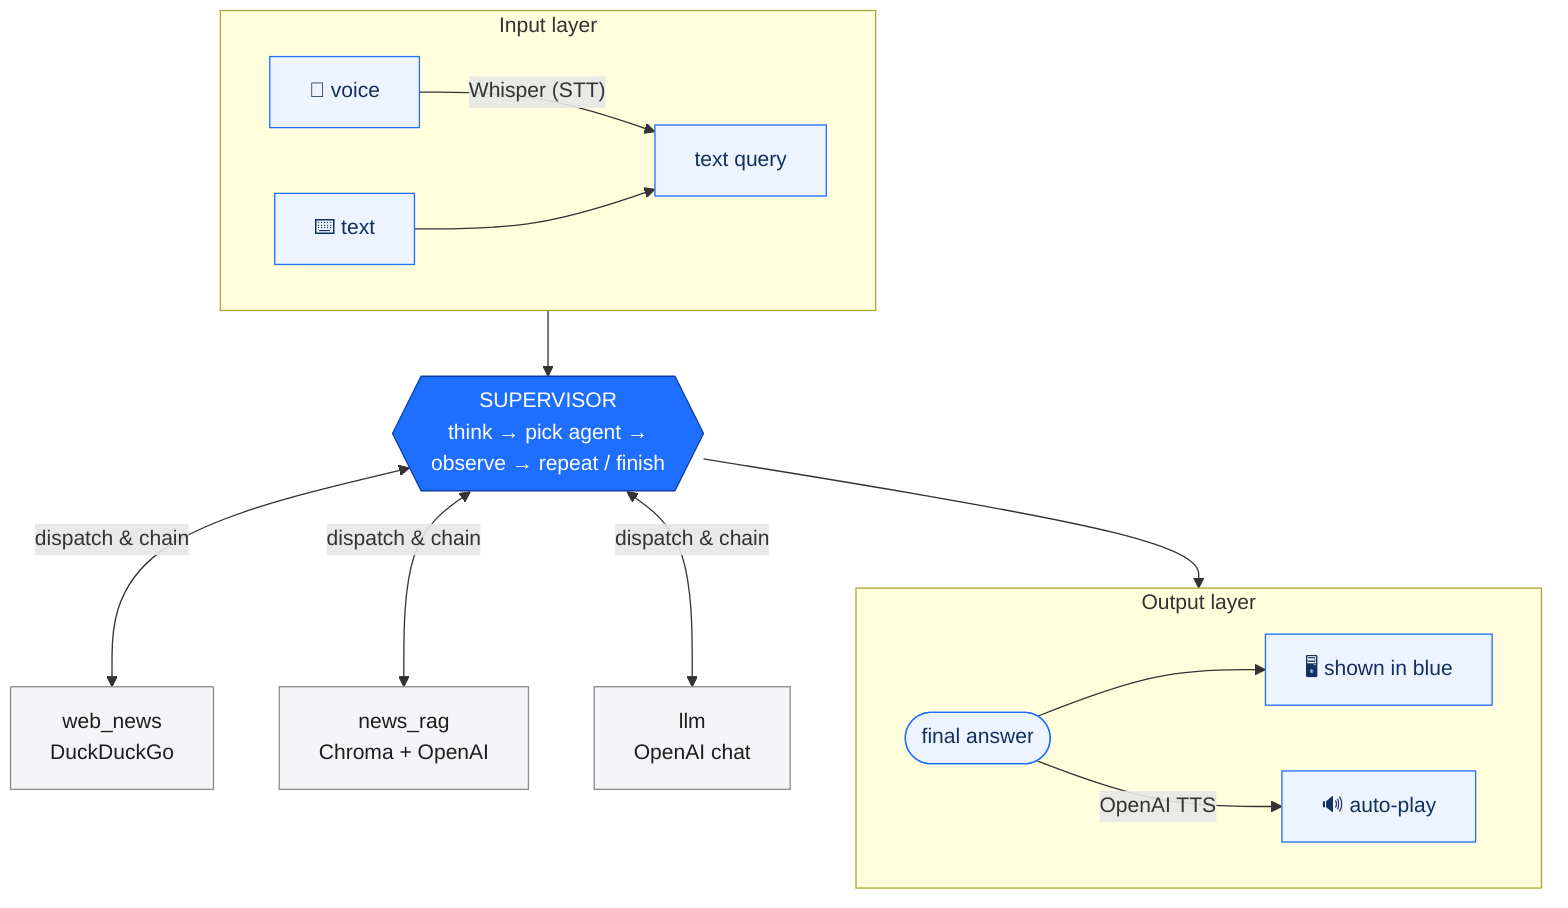
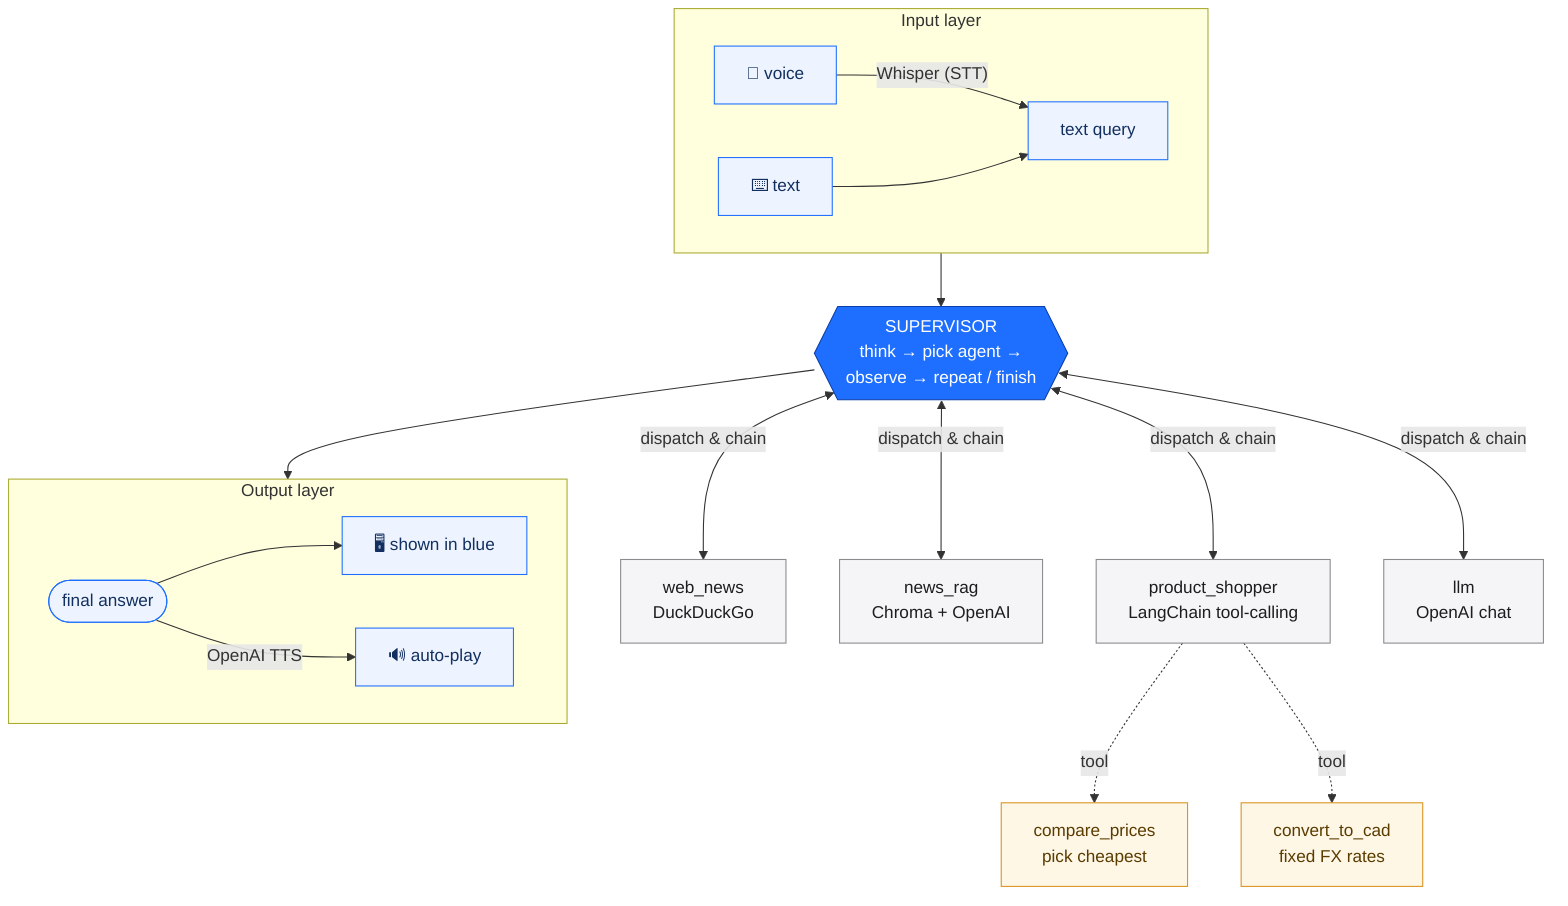
flowchart TD
    subgraph IN["Input layer"]
        direction LR
        mic["🎤 voice"] -->|"Whisper (STT)"| query["text query"]
        kbd["⌨️ text"] --> query
    end

    query --> sup{{"SUPERVISOR<br/>think → pick agent →<br/>observe → repeat / finish"}}

    sup <-->|"dispatch &amp; chain"| web["web_news<br/>DuckDuckGo"]
    sup <-->|"dispatch &amp; chain"| rag["news_rag<br/>Chroma + OpenAI"]
+     sup <-->|"dispatch &amp; chain"| shop["product_shopper<br/>LangChain tool-calling"]
    sup <-->|"dispatch &amp; chain"| llm["llm<br/>OpenAI chat"]
+ 
+     shop -.->|tool| cmp["compare_prices<br/>pick cheapest"]
+     shop -.->|tool| cad["convert_to_cad<br/>fixed FX rates"]

    sup --> answer(["final answer"])

    subgraph OUT["Output layer"]
        direction LR
        answer --> blue["🖥️ shown in blue"]
        answer -->|"OpenAI TTS"| play["🔊 auto-play"]
    end

    classDef io fill:#eef4ff,stroke:#1e6fff,color:#12305f;
    classDef core fill:#1e6fff,stroke:#0b3ea8,color:#ffffff;
    classDef agent fill:#f5f5f7,stroke:#8a8a8f,color:#1d1d1f;
+     classDef tool fill:#fff7e6,stroke:#d9931f,color:#5a3c00;
    class mic,kbd,query,answer,blue,play io;
    class sup core;
-     class web,rag,llm agent;
+     class web,rag,shop,llm agent;
+     class cmp,cad tool;
